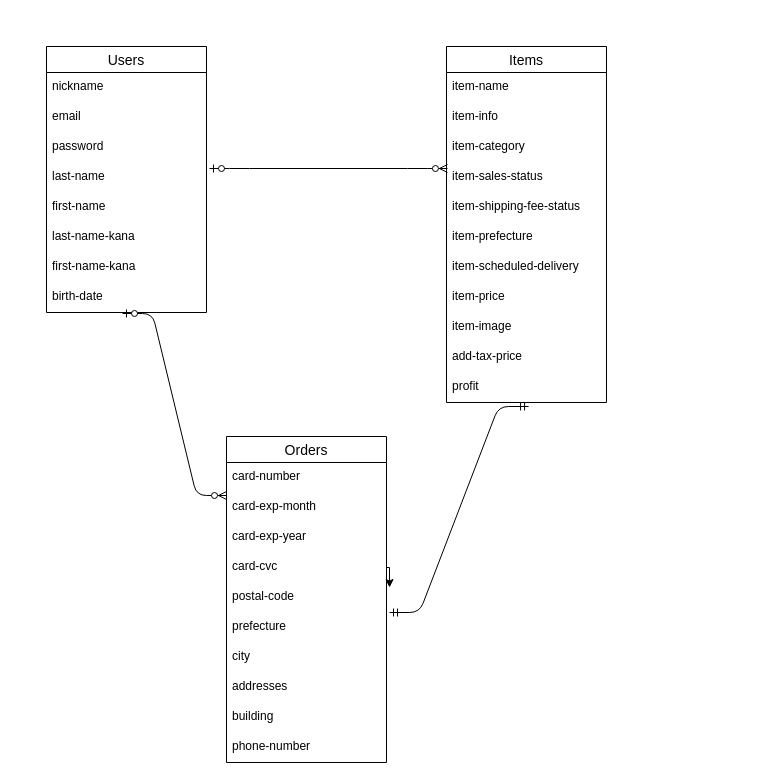
Above: er.dio in HARUNA3/furima-35496 (draw.io), before the change. Source tidied: cells renumbered, new cells numbered last; positions are measured from the earlier drawing's top-left corner, leaving out a move shared by most shapes. Both pictures are drawn from the tidied source at 100%, with x=0, y=0 at pixel (46, 46).
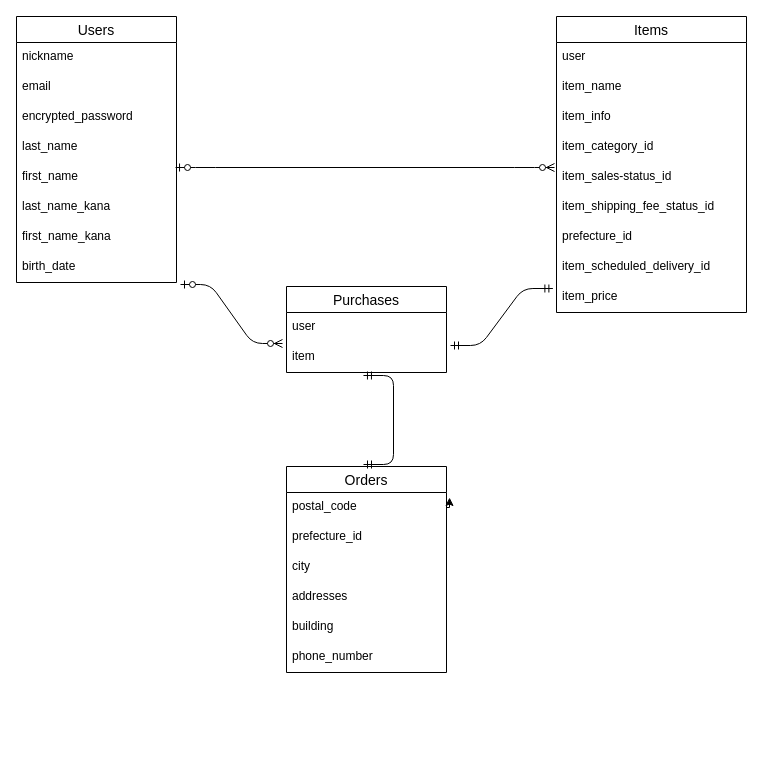
The same diagram, later.

The edit, as a diff of the source:
```diff
@@
     <mxCell id="2" value="Users" style="swimlane;fontStyle=0;horizontal=1;startSize=26;align=center;fontSize=14;" parent="1" vertex="1">
-      <mxGeometry width="160" height="266" as="geometry" />
+      <mxGeometry x="-30" y="-30" width="160" height="266" as="geometry" />
     </mxCell>
@@
-    <mxCell id="5" value="password" style="text;strokeColor=none;fillColor=none;spacingLeft=4;spacingRight=4;overflow=hidden;fontSize=12;" parent="2" vertex="1">
+    <mxCell id="5" value="encrypted_password" style="text;strokeColor=none;fillColor=none;spacingLeft=4;spacingRight=4;overflow=hidden;fontSize=12;" parent="2" vertex="1">
       <mxGeometry y="86" width="160" height="30" as="geometry" />
     </mxCell>
-    <mxCell id="6" value="last-name" style="text;strokeColor=none;fillColor=none;spacingLeft=4;spacingRight=4;overflow=hidden;fontSize=12;" parent="2" vertex="1">
+    <mxCell id="6" value="last_name" style="text;strokeColor=none;fillColor=none;spacingLeft=4;spacingRight=4;overflow=hidden;fontSize=12;" parent="2" vertex="1">
       <mxGeometry y="116" width="160" height="30" as="geometry" />
     </mxCell>
-    <mxCell id="7" value="first-name" style="text;strokeColor=none;fillColor=none;spacingLeft=4;spacingRight=4;overflow=hidden;points=[[0,0.5],[1,0.5]];portConstraint=eastwest;fontSize=12;" parent="2" vertex="1">
+    <mxCell id="7" value="first_name" style="text;strokeColor=none;fillColor=none;spacingLeft=4;spacingRight=4;overflow=hidden;points=[[0,0.5],[1,0.5]];portConstraint=eastwest;fontSize=12;" parent="2" vertex="1">
       <mxGeometry y="146" width="160" height="30" as="geometry" />
     </mxCell>
-    <mxCell id="8" value="last-name-kana" style="text;strokeColor=none;fillColor=none;spacingLeft=4;spacingRight=4;overflow=hidden;fontSize=12;" parent="2" vertex="1">
+    <mxCell id="8" value="last_name_kana" style="text;strokeColor=none;fillColor=none;spacingLeft=4;spacingRight=4;overflow=hidden;fontSize=12;" parent="2" vertex="1">
       <mxGeometry y="176" width="160" height="30" as="geometry" />
     </mxCell>
-    <mxCell id="9" value="first-name-kana" style="text;strokeColor=none;fillColor=none;spacingLeft=4;spacingRight=4;overflow=hidden;fontSize=12;" parent="2" vertex="1">
+    <mxCell id="9" value="first_name_kana" style="text;strokeColor=none;fillColor=none;spacingLeft=4;spacingRight=4;overflow=hidden;fontSize=12;" parent="2" vertex="1">
       <mxGeometry y="206" width="160" height="30" as="geometry" />
     </mxCell>
-    <mxCell id="10" value="birth-date" style="text;strokeColor=none;fillColor=none;spacingLeft=4;spacingRight=4;overflow=hidden;points=[[0,0.5],[1,0.5]];portConstraint=eastwest;fontSize=12;" parent="2" vertex="1">
+    <mxCell id="10" value="birth_date" style="text;strokeColor=none;fillColor=none;spacingLeft=4;spacingRight=4;overflow=hidden;points=[[0,0.5],[1,0.5]];portConstraint=eastwest;fontSize=12;" parent="2" vertex="1">
       <mxGeometry y="236" width="160" height="30" as="geometry" />
     </mxCell>
     <mxCell id="11" value="Items" style="swimlane;fontStyle=0;horizontal=1;startSize=26;align=center;fontSize=14;" parent="1" vertex="1">
-      <mxGeometry x="400" width="160" height="356" as="geometry" />
+      <mxGeometry x="510" y="-30" width="190" height="296" as="geometry" />
     </mxCell>
+    <mxCell id="38" value="user" style="text;strokeColor=none;fillColor=none;spacingLeft=4;spacingRight=4;overflow=hidden;fontSize=12;" parent="11" vertex="1">
+      <mxGeometry y="26" width="190" height="30" as="geometry" />
+    </mxCell>
-    <mxCell id="12" value="item-name" style="text;strokeColor=none;fillColor=none;spacingLeft=4;spacingRight=4;overflow=hidden;fontSize=12;" parent="11" vertex="1">
-      <mxGeometry y="26" width="160" height="30" as="geometry" />
+    <mxCell id="12" value="item_name" style="text;strokeColor=none;fillColor=none;spacingLeft=4;spacingRight=4;overflow=hidden;fontSize=12;" parent="11" vertex="1">
+      <mxGeometry y="56" width="190" height="30" as="geometry" />
     </mxCell>
-    <mxCell id="13" value="item-info" style="text;strokeColor=none;fillColor=none;spacingLeft=4;spacingRight=4;overflow=hidden;fontSize=12;" parent="11" vertex="1">
-      <mxGeometry y="56" width="160" height="30" as="geometry" />
+    <mxCell id="13" value="item_info" style="text;strokeColor=none;fillColor=none;spacingLeft=4;spacingRight=4;overflow=hidden;fontSize=12;" parent="11" vertex="1">
+      <mxGeometry y="86" width="190" height="30" as="geometry" />
     </mxCell>
-    <mxCell id="14" value="item-category" style="text;strokeColor=none;fillColor=none;spacingLeft=4;spacingRight=4;overflow=hidden;fontSize=12;" parent="11" vertex="1">
-      <mxGeometry y="86" width="160" height="30" as="geometry" />
+    <mxCell id="14" value="item_category_id" style="text;strokeColor=none;fillColor=none;spacingLeft=4;spacingRight=4;overflow=hidden;fontSize=12;" parent="11" vertex="1">
+      <mxGeometry y="116" width="190" height="30" as="geometry" />
     </mxCell>
-    <mxCell id="15" value="item-sales-status" style="text;strokeColor=none;fillColor=none;spacingLeft=4;spacingRight=4;overflow=hidden;points=[[0,0.5],[1,0.5]];portConstraint=eastwest;fontSize=12;" parent="11" vertex="1">
-      <mxGeometry y="116" width="160" height="30" as="geometry" />
+    <mxCell id="15" value="item_sales-status_id" style="text;strokeColor=none;fillColor=none;spacingLeft=4;spacingRight=4;overflow=hidden;points=[[0,0.5],[1,0.5]];portConstraint=eastwest;fontSize=12;" parent="11" vertex="1">
+      <mxGeometry y="146" width="190" height="30" as="geometry" />
     </mxCell>
-    <mxCell id="16" value="item-shipping-fee-status" style="text;strokeColor=none;fillColor=none;spacingLeft=4;spacingRight=4;overflow=hidden;fontSize=12;" parent="11" vertex="1">
-      <mxGeometry y="146" width="160" height="30" as="geometry" />
+    <mxCell id="16" value="item_shipping_fee_status_id" style="text;strokeColor=none;fillColor=none;spacingLeft=4;spacingRight=4;overflow=hidden;fontSize=12;" parent="11" vertex="1">
+      <mxGeometry y="176" width="190" height="30" as="geometry" />
     </mxCell>
-    <mxCell id="17" value="item-prefecture" style="text;strokeColor=none;fillColor=none;spacingLeft=4;spacingRight=4;overflow=hidden;fontSize=12;" parent="11" vertex="1">
-      <mxGeometry y="176" width="160" height="30" as="geometry" />
+    <mxCell id="17" value="prefecture_id" style="text;strokeColor=none;fillColor=none;spacingLeft=4;spacingRight=4;overflow=hidden;fontSize=12;" parent="11" vertex="1">
+      <mxGeometry y="206" width="190" height="30" as="geometry" />
     </mxCell>
-    <mxCell id="18" value="item-scheduled-delivery" style="text;strokeColor=none;fillColor=none;spacingLeft=4;spacingRight=4;overflow=hidden;fontSize=12;" parent="11" vertex="1">
-      <mxGeometry y="206" width="160" height="30" as="geometry" />
+    <mxCell id="18" value="item_scheduled_delivery_id" style="text;strokeColor=none;fillColor=none;spacingLeft=4;spacingRight=4;overflow=hidden;fontSize=12;" parent="11" vertex="1">
+      <mxGeometry y="236" width="190" height="30" as="geometry" />
     </mxCell>
-    <mxCell id="19" value="item-price" style="text;strokeColor=none;fillColor=none;spacingLeft=4;spacingRight=4;overflow=hidden;points=[[0,0.5],[1,0.5]];portConstraint=eastwest;fontSize=12;" parent="11" vertex="1">
-      <mxGeometry y="236" width="160" height="30" as="geometry" />
+    <mxCell id="19" value="item_price" style="text;strokeColor=none;fillColor=none;spacingLeft=4;spacingRight=4;overflow=hidden;points=[[0,0.5],[1,0.5]];portConstraint=eastwest;fontSize=12;" parent="11" vertex="1">
+      <mxGeometry y="266" width="190" height="30" as="geometry" />
     </mxCell>
-    <mxCell id="20" value="item-image" style="text;strokeColor=none;fillColor=none;spacingLeft=4;spacingRight=4;overflow=hidden;fontSize=12;" parent="11" vertex="1">
-      <mxGeometry y="266" width="160" height="30" as="geometry" />
-    </mxCell>
-    <mxCell id="21" value="add-tax-price" style="text;strokeColor=none;fillColor=none;spacingLeft=4;spacingRight=4;overflow=hidden;fontSize=12;" parent="11" vertex="1">
-      <mxGeometry y="296" width="160" height="30" as="geometry" />
-    </mxCell>
-    <mxCell id="22" value="profit" style="text;strokeColor=none;fillColor=none;spacingLeft=4;spacingRight=4;overflow=hidden;points=[[0,0.5],[1,0.5]];portConstraint=eastwest;fontSize=12;" parent="11" vertex="1">
-      <mxGeometry y="326" width="160" height="30" as="geometry" />
-    </mxCell>
     <mxCell id="23" value="Orders" style="swimlane;fontStyle=0;horizontal=1;startSize=26;align=center;fontSize=14;" parent="1" vertex="1">
-      <mxGeometry x="180" y="390" width="160" height="326" as="geometry" />
+      <mxGeometry x="240" y="420" width="160" height="206" as="geometry" />
     </mxCell>
-    <mxCell id="24" value="card-number" style="text;strokeColor=none;fillColor=none;spacingLeft=4;spacingRight=4;overflow=hidden;points=[[0,0.5],[1,0.5]];portConstraint=eastwest;fontSize=12;" parent="23" vertex="1">
-      <mxGeometry y="26" width="160" height="30" as="geometry" />
-    </mxCell>
-    <mxCell id="25" value="card-exp-month" style="text;strokeColor=none;fillColor=none;spacingLeft=4;spacingRight=4;overflow=hidden;fontSize=12;" parent="23" vertex="1">
-      <mxGeometry y="56" width="160" height="30" as="geometry" />
-    </mxCell>
-    <mxCell id="26" value="card-exp-year" style="text;strokeColor=none;fillColor=none;spacingLeft=4;spacingRight=4;overflow=hidden;fontSize=12;" parent="23" vertex="1">
-      <mxGeometry y="86" width="160" height="30" as="geometry" />
-    </mxCell>
-    <mxCell id="27" style="edgeStyle=orthogonalEdgeStyle;rounded=0;jettySize=auto;html=1;exitX=1;exitY=0.5;exitDx=0;exitDy=0;entryX=1.019;entryY=0.167;entryDx=0;entryDy=0;entryPerimeter=0;" parent="23" edge="1" source="28" target="29">
-      <mxGeometry relative="1" as="geometry" />
+    <mxCell id="27" style="edgeStyle=orthogonalEdgeStyle;rounded=0;jettySize=auto;html=1;exitX=1;exitY=0.5;exitDx=0;exitDy=0;entryX=1.019;entryY=0.167;entryDx=0;entryDy=0;entryPerimeter=0;" parent="23" edge="1" target="29">
+      <mxGeometry relative="1" as="geometry">
+        <mxPoint x="160" y="41" as="sourcePoint" />
+      </mxGeometry>
     </mxCell>
-    <mxCell id="28" value="card-cvc" style="text;strokeColor=none;fillColor=none;spacingLeft=4;spacingRight=4;overflow=hidden;points=[[0,0.5],[1,0.5]];portConstraint=eastwest;fontSize=12;" parent="23" vertex="1">
-      <mxGeometry y="116" width="160" height="30" as="geometry" />
-    </mxCell>
-    <mxCell id="29" value="postal-code" style="text;strokeColor=none;fillColor=none;spacingLeft=4;spacingRight=4;overflow=hidden;points=[[0,0.5],[1,0.5]];portConstraint=eastwest;fontSize=12;" parent="23" vertex="1">
-      <mxGeometry y="146" width="160" height="30" as="geometry" />
+    <mxCell id="29" value="postal_code" style="text;strokeColor=none;fillColor=none;spacingLeft=4;spacingRight=4;overflow=hidden;points=[[0,0.5],[1,0.5]];portConstraint=eastwest;fontSize=12;" parent="23" vertex="1">
+      <mxGeometry y="26" width="160" height="30" as="geometry" />
     </mxCell>
-    <mxCell id="30" value="prefecture" style="text;strokeColor=none;fillColor=none;spacingLeft=4;spacingRight=4;overflow=hidden;points=[[0,0.5],[1,0.5]];portConstraint=eastwest;fontSize=12;" parent="23" vertex="1">
-      <mxGeometry y="176" width="160" height="30" as="geometry" />
+    <mxCell id="30" value="prefecture_id" style="text;strokeColor=none;fillColor=none;spacingLeft=4;spacingRight=4;overflow=hidden;points=[[0,0.5],[1,0.5]];portConstraint=eastwest;fontSize=12;" parent="23" vertex="1">
+      <mxGeometry y="56" width="160" height="30" as="geometry" />
     </mxCell>
     <mxCell id="31" value="city" style="text;strokeColor=none;fillColor=none;spacingLeft=4;spacingRight=4;overflow=hidden;fontSize=12;" parent="23" vertex="1">
-      <mxGeometry y="206" width="160" height="30" as="geometry" />
+      <mxGeometry y="86" width="160" height="30" as="geometry" />
     </mxCell>
     <mxCell id="32" value="addresses" style="text;strokeColor=none;fillColor=none;spacingLeft=4;spacingRight=4;overflow=hidden;fontSize=12;" parent="23" vertex="1">
-      <mxGeometry y="236" width="160" height="30" as="geometry" />
+      <mxGeometry y="116" width="160" height="30" as="geometry" />
     </mxCell>
     <mxCell id="33" value="building" style="text;strokeColor=none;fillColor=none;spacingLeft=4;spacingRight=4;overflow=hidden;fontSize=12;" parent="23" vertex="1">
-      <mxGeometry y="266" width="160" height="30" as="geometry" />
+      <mxGeometry y="146" width="160" height="30" as="geometry" />
     </mxCell>
-    <mxCell id="34" value="phone-number" style="text;strokeColor=none;fillColor=none;spacingLeft=4;spacingRight=4;overflow=hidden;fontSize=12;" parent="23" vertex="1">
-      <mxGeometry y="296" width="160" height="30" as="geometry" />
+    <mxCell id="34" value="phone_number" style="text;strokeColor=none;fillColor=none;spacingLeft=4;spacingRight=4;overflow=hidden;fontSize=12;" parent="23" vertex="1">
+      <mxGeometry y="176" width="160" height="30" as="geometry" />
     </mxCell>
-    <mxCell id="35" style="edgeStyle=entityRelationEdgeStyle;fontSize=12;html=1;endArrow=ERzeroToMany;startArrow=ERzeroToOne;entryX=0.006;entryY=0.2;entryDx=0;entryDy=0;entryPerimeter=0;" parent="1" edge="1" target="15">
+    <mxCell id="35" style="edgeStyle=entityRelationEdgeStyle;fontSize=12;html=1;endArrow=ERzeroToMany;startArrow=ERzeroToOne;exitX=0.994;exitY=0.167;exitDx=0;exitDy=0;exitPerimeter=0;" parent="1" edge="1" source="7">
       <mxGeometry relative="1" as="geometry">
-        <mxPoint x="163" y="122" as="sourcePoint" />
+        <mxPoint x="508" y="121" as="targetPoint" />
       </mxGeometry>
     </mxCell>
-    <mxCell id="36" style="edgeStyle=entityRelationEdgeStyle;fontSize=12;html=1;endArrow=ERzeroToMany;startArrow=ERzeroToOne;exitX=0.475;exitY=1.033;exitDx=0;exitDy=0;exitPerimeter=0;entryX=0;entryY=1.1;entryDx=0;entryDy=0;entryPerimeter=0;" parent="1" edge="1" source="10" target="24">
-      <mxGeometry relative="1" as="geometry" />
-    </mxCell>
-    <mxCell id="37" style="edgeStyle=entityRelationEdgeStyle;fontSize=12;html=1;endArrow=ERmandOne;startArrow=ERmandOne;entryX=0.513;entryY=1.133;entryDx=0;entryDy=0;exitX=1.019;exitY=0;exitDx=0;exitDy=0;exitPerimeter=0;entryPerimeter=0;" parent="1" edge="1" source="30" target="22">
-      <mxGeometry relative="1" as="geometry" />
-    </mxCell>
+    <mxCell id="39" value="Purchases" style="swimlane;fontStyle=0;horizontal=1;startSize=26;align=center;fontSize=14;" parent="1" vertex="1">
+      <mxGeometry x="240" y="240" width="160" height="86" as="geometry" />
+    </mxCell>
+    <mxCell id="40" value="user" style="text;strokeColor=none;fillColor=none;spacingLeft=4;spacingRight=4;overflow=hidden;fontSize=12;" parent="39" vertex="1">
+      <mxGeometry y="26" width="160" height="30" as="geometry" />
+    </mxCell>
+    <mxCell id="41" value="item" style="text;strokeColor=none;fillColor=none;spacingLeft=4;spacingRight=4;overflow=hidden;points=[[0,0.5],[1,0.5]];portConstraint=eastwest;fontSize=12;" parent="39" vertex="1">
+      <mxGeometry y="56" width="160" height="30" as="geometry" />
+    </mxCell>
+    <mxCell id="42" style="edgeStyle=entityRelationEdgeStyle;fontSize=12;html=1;endArrow=ERzeroToMany;startArrow=ERzeroToOne;exitX=1.025;exitY=1.067;exitDx=0;exitDy=0;exitPerimeter=0;entryX=-0.025;entryY=0.033;entryDx=0;entryDy=0;entryPerimeter=0;" parent="1" edge="1" source="10" target="41">
+      <mxGeometry relative="1" as="geometry" />
+    </mxCell>
+    <mxCell id="43" style="edgeStyle=entityRelationEdgeStyle;fontSize=12;html=1;endArrow=ERmandOne;startArrow=ERmandOne;exitX=1.025;exitY=0.1;exitDx=0;exitDy=0;exitPerimeter=0;entryX=-0.019;entryY=0.2;entryDx=0;entryDy=0;entryPerimeter=0;" parent="1" edge="1" source="41" target="19">
+      <mxGeometry relative="1" as="geometry" />
+    </mxCell>
+    <mxCell id="44" style="edgeStyle=entityRelationEdgeStyle;fontSize=12;html=1;endArrow=ERmandOne;startArrow=ERmandOne;entryX=0.481;entryY=1.1;entryDx=0;entryDy=0;entryPerimeter=0;" parent="1" edge="1" target="41">
+      <mxGeometry relative="1" as="geometry">
+        <mxPoint x="317" y="418" as="sourcePoint" />
+      </mxGeometry>
+    </mxCell>
```
